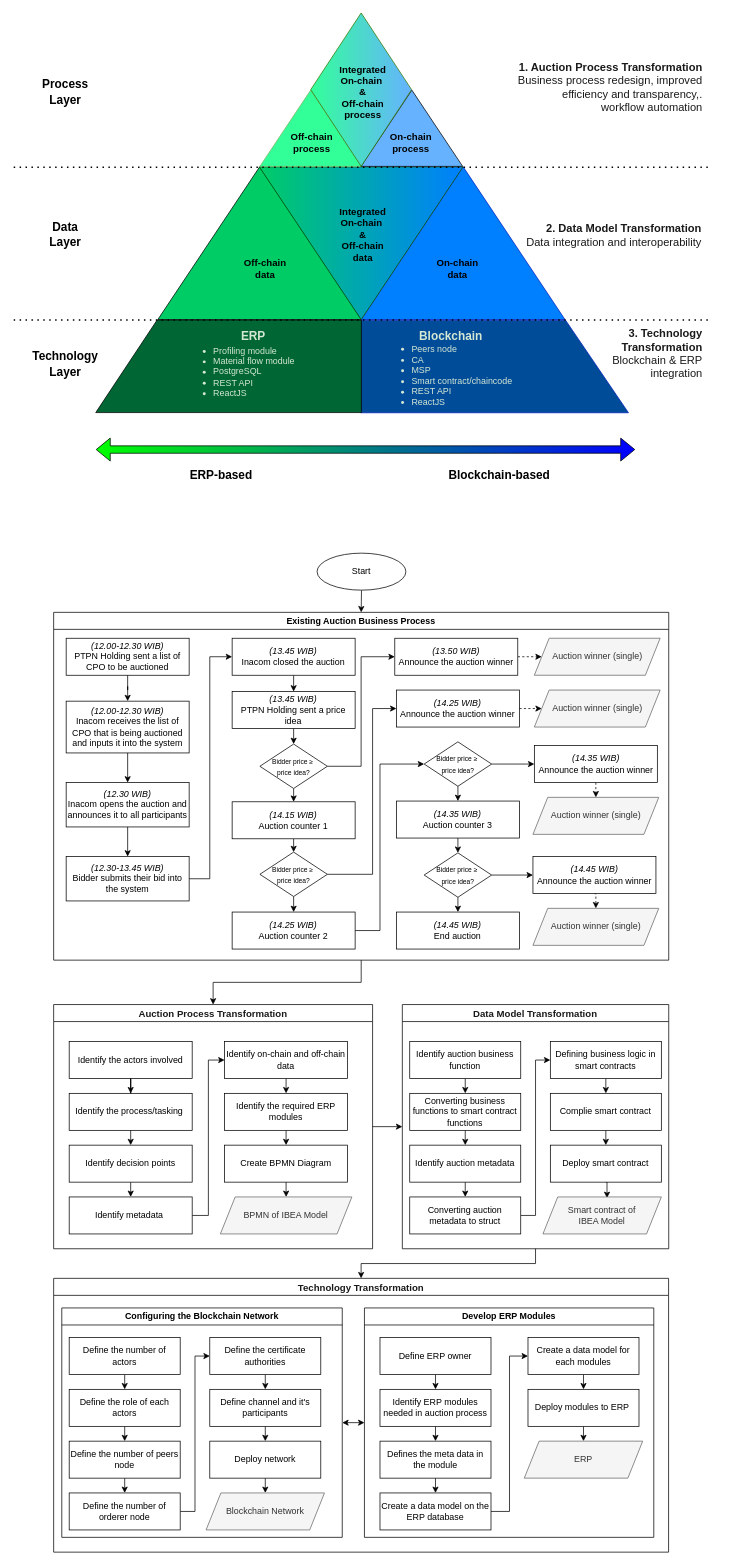
Earlier version of the draw.io diagram Auction Digital Transformation.drawio (ariesharry/Diagrams). Source tidied: cells renumbered, new cells numbered last; positions are measured from the earlier drawing's top-left corner, leaving out a move shared by most shapes. Both pictures are drawn from the tidied source at 74%, with x=0, y=0 at pixel (13, 13).
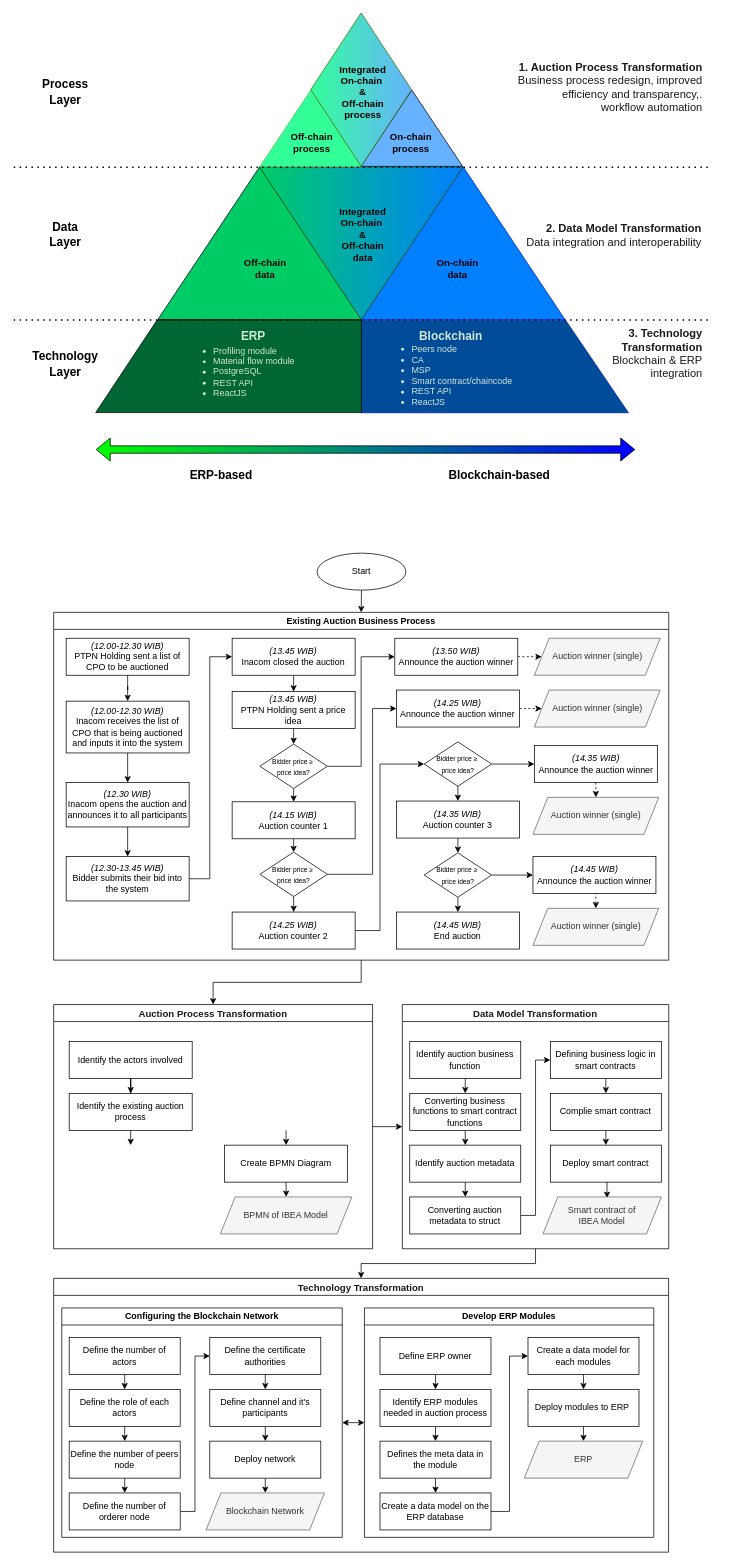
Above is the later version.

The change refers to these unchanged cells:
```xml
<mxCell id="51" value="&lt;b style=&quot;border-color: var(--border-color); color: rgb(26, 26, 26); text-align: right;&quot;&gt;&lt;font style=&quot;font-size: 13px;&quot;&gt;Auction Process Transformation&lt;/font&gt;&lt;/b&gt;" style="swimlane;whiteSpace=wrap;html=1;" parent="1" vertex="1">
  <mxGeometry x="54" y="1340" width="431" height="330" as="geometry" />
</mxCell>
<mxCell id="54" value="Create BPMN Diagram&lt;br&gt;" style="rounded=0;whiteSpace=wrap;html=1;labelBorderColor=none;" parent="51" vertex="1">
  <mxGeometry x="231" y="190" width="166.2" height="50" as="geometry" />
</mxCell>
```

Diff of the diagram source:
```diff
@@
-    <mxCell id="52" style="edgeStyle=orthogonalEdgeStyle;rounded=0;jettySize=auto;html=1;exitX=1;exitY=0.5;exitDx=0;exitDy=0;entryX=0;entryY=0.5;entryDx=0;entryDy=0;" parent="51" edge="1" source="53" target="64">
-      <mxGeometry relative="1" as="geometry" />
-    </mxCell>
-    <mxCell id="53" value="Identify metadata&amp;nbsp;" style="rounded=0;whiteSpace=wrap;html=1;labelBorderColor=none;" parent="51" vertex="1">
-      <mxGeometry x="21" y="260" width="166.2" height="50" as="geometry" />
-    </mxCell>
@@
-    <mxCell id="58" value="Identify the process/tasking&amp;nbsp;" style="rounded=0;whiteSpace=wrap;html=1;labelBorderColor=none;" parent="51" vertex="1">
+    <mxCell id="58" value="Identify the existing auction process" style="rounded=0;whiteSpace=wrap;html=1;labelBorderColor=none;" parent="51" vertex="1">
       <mxGeometry x="21" y="120" width="166.2" height="50" as="geometry" />
     </mxCell>
@@
-    <mxCell id="60" style="edgeStyle=orthogonalEdgeStyle;rounded=0;jettySize=auto;html=1;exitX=0.5;exitY=1;exitDx=0;exitDy=0;entryX=0.5;entryY=0;entryDx=0;entryDy=0;" parent="51" edge="1" source="61" target="53">
-      <mxGeometry relative="1" as="geometry" />
-    </mxCell>
-    <mxCell id="61" value="Identify decision points" style="rounded=0;whiteSpace=wrap;html=1;labelBorderColor=none;" parent="51" vertex="1">
-      <mxGeometry x="21" y="190" width="166.2" height="50" as="geometry" />
-    </mxCell>
-    <mxCell id="62" style="edgeStyle=orthogonalEdgeStyle;rounded=0;jettySize=auto;html=1;exitX=0.5;exitY=1;exitDx=0;exitDy=0;entryX=0.5;entryY=0;entryDx=0;entryDy=0;" parent="51" edge="1" source="58" target="61">
-      <mxGeometry relative="1" as="geometry" />
+    <mxCell id="62" style="edgeStyle=orthogonalEdgeStyle;rounded=0;jettySize=auto;html=1;exitX=0.5;exitY=1;exitDx=0;exitDy=0;entryX=0.5;entryY=0;entryDx=0;entryDy=0;" parent="51" edge="1" source="58">
+      <mxGeometry relative="1" as="geometry">
+        <mxPoint x="104.1" y="190" as="targetPoint" />
+      </mxGeometry>
     </mxCell>
-    <mxCell id="63" style="edgeStyle=orthogonalEdgeStyle;rounded=0;jettySize=auto;html=1;exitX=0.5;exitY=1;exitDx=0;exitDy=0;entryX=0.5;entryY=0;entryDx=0;entryDy=0;" parent="51" edge="1" source="64" target="66">
-      <mxGeometry relative="1" as="geometry" />
-    </mxCell>
-    <mxCell id="64" value="Identify on-chain and off-chain data" style="rounded=0;whiteSpace=wrap;html=1;labelBorderColor=none;" parent="51" vertex="1">
-      <mxGeometry x="231" y="50" width="166.2" height="50" as="geometry" />
-    </mxCell>
-    <mxCell id="65" style="edgeStyle=orthogonalEdgeStyle;rounded=0;jettySize=auto;html=1;exitX=0.5;exitY=1;exitDx=0;exitDy=0;entryX=0.5;entryY=0;entryDx=0;entryDy=0;" parent="51" edge="1" source="66" target="54">
-      <mxGeometry relative="1" as="geometry" />
+    <mxCell id="65" style="edgeStyle=orthogonalEdgeStyle;rounded=0;jettySize=auto;html=1;exitX=0.5;exitY=1;exitDx=0;exitDy=0;entryX=0.5;entryY=0;entryDx=0;entryDy=0;" parent="51" edge="1" target="54">
+      <mxGeometry relative="1" as="geometry">
+        <mxPoint x="314.1" y="170" as="sourcePoint" />
+      </mxGeometry>
     </mxCell>
-    <mxCell id="66" value="Identify the required ERP modules" style="rounded=0;whiteSpace=wrap;html=1;labelBorderColor=none;" parent="51" vertex="1">
-      <mxGeometry x="231" y="120" width="166.2" height="50" as="geometry" />
-    </mxCell>
```
